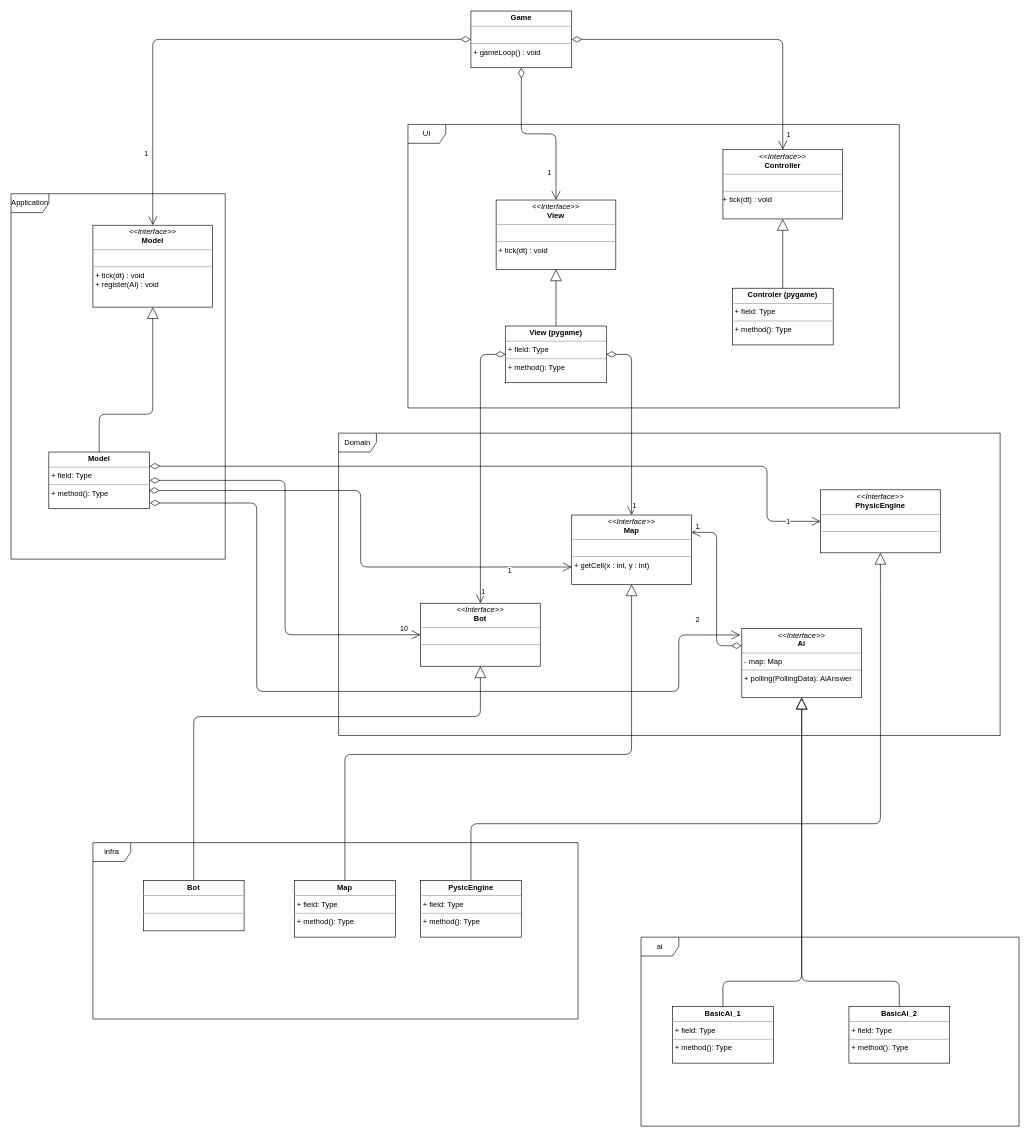
The draw.io diagram organiz/architecture/first_draft.drawio in chocorion/ia-capture-the-flag, before the edit. Source tidied: cells renumbered, new cells numbered last; positions are measured from the earlier drawing's top-left corner, leaving out a move shared by most shapes. Both pictures are drawn from the tidied source at 63%, with x=0, y=0 at pixel (11, 11).
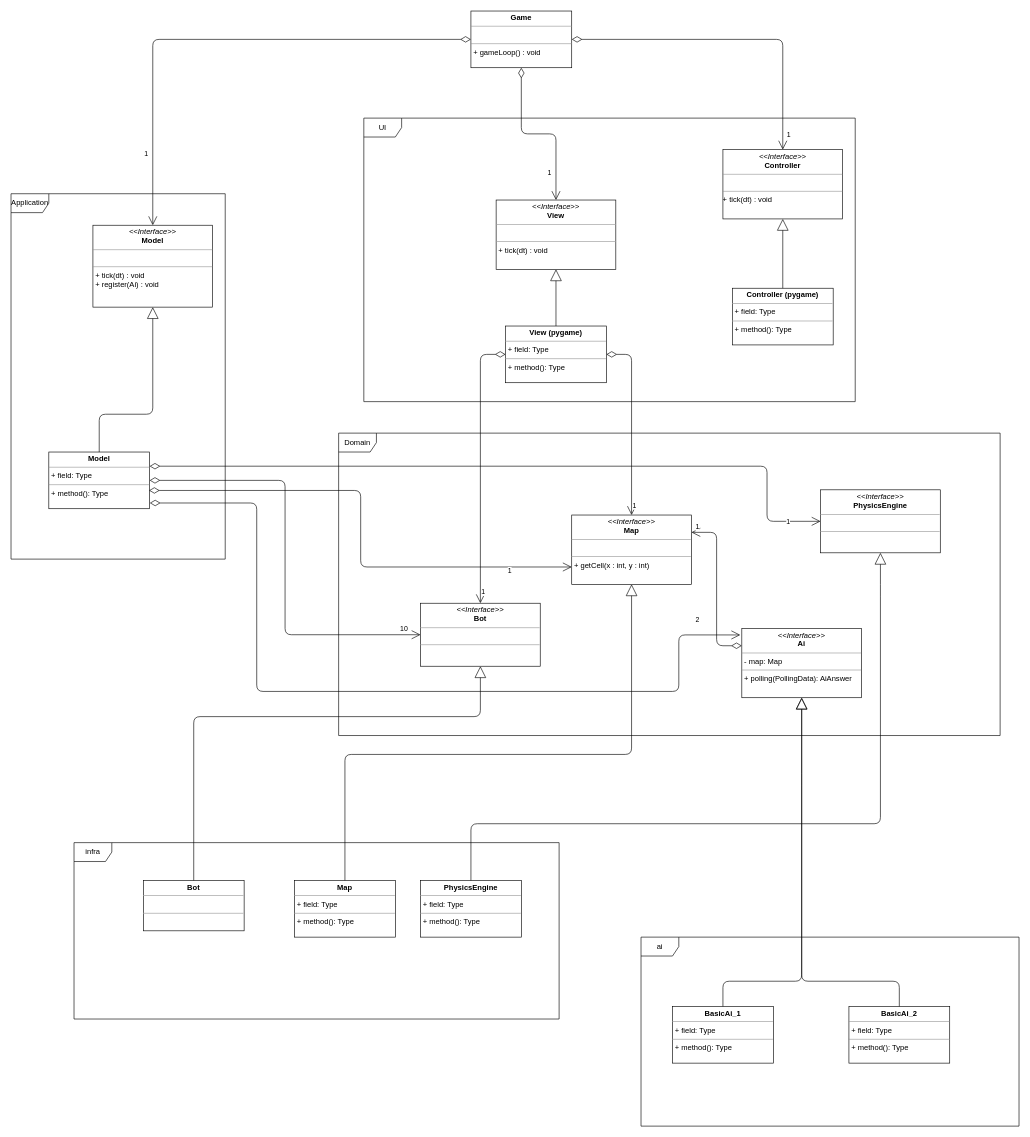
The same diagram, later.

The edit, as a diff of the source:
```diff
@@
-    <mxCell id="8" value="&lt;p style=&quot;margin: 0px ; margin-top: 4px ; text-align: center&quot;&gt;&lt;i&gt;&amp;lt;&amp;lt;Interface&amp;gt;&amp;gt;&lt;/i&gt;&lt;br&gt;&lt;b&gt;PhysicEngine&lt;/b&gt;&lt;/p&gt;&lt;hr size=&quot;1&quot;&gt;&lt;p style=&quot;margin: 0px ; margin-left: 4px&quot;&gt;&lt;br&gt;&lt;/p&gt;&lt;hr size=&quot;1&quot;&gt;&lt;p style=&quot;margin: 0px ; margin-left: 4px&quot;&gt;&lt;br&gt;&lt;/p&gt;" style="verticalAlign=top;align=left;overflow=fill;fontSize=12;fontFamily=Helvetica;html=1;" parent="1" vertex="1">
+    <mxCell id="8" value="&lt;p style=&quot;margin: 0px ; margin-top: 4px ; text-align: center&quot;&gt;&lt;i&gt;&amp;lt;&amp;lt;Interface&amp;gt;&amp;gt;&lt;/i&gt;&lt;br&gt;&lt;b&gt;PhysicsEngine&lt;/b&gt;&lt;/p&gt;&lt;hr size=&quot;1&quot;&gt;&lt;p style=&quot;margin: 0px ; margin-left: 4px&quot;&gt;&lt;br&gt;&lt;/p&gt;&lt;hr size=&quot;1&quot;&gt;&lt;p style=&quot;margin: 0px ; margin-left: 4px&quot;&gt;&lt;br&gt;&lt;/p&gt;" style="verticalAlign=top;align=left;overflow=fill;fontSize=12;fontFamily=Helvetica;html=1;" parent="1" vertex="1">
       <mxGeometry x="1285" y="760" width="190" height="100" as="geometry" />
     </mxCell>
@@
-    <mxCell id="15" value="&lt;p style=&quot;margin: 0px ; margin-top: 4px ; text-align: center&quot;&gt;&lt;b&gt;Controler (pygame)&lt;/b&gt;&lt;br&gt;&lt;/p&gt;&lt;hr size=&quot;1&quot;&gt;&lt;p style=&quot;margin: 0px ; margin-left: 4px&quot;&gt;+ field: Type&lt;/p&gt;&lt;hr size=&quot;1&quot;&gt;&lt;p style=&quot;margin: 0px ; margin-left: 4px&quot;&gt;+ method(): Type&lt;/p&gt;" style="verticalAlign=top;align=left;overflow=fill;fontSize=12;fontFamily=Helvetica;html=1;" parent="1" vertex="1">
+    <mxCell id="15" value="&lt;p style=&quot;margin: 0px ; margin-top: 4px ; text-align: center&quot;&gt;&lt;b&gt;Controller (pygame)&lt;/b&gt;&lt;br&gt;&lt;/p&gt;&lt;hr size=&quot;1&quot;&gt;&lt;p style=&quot;margin: 0px ; margin-left: 4px&quot;&gt;+ field: Type&lt;/p&gt;&lt;hr size=&quot;1&quot;&gt;&lt;p style=&quot;margin: 0px ; margin-left: 4px&quot;&gt;+ method(): Type&lt;/p&gt;" style="verticalAlign=top;align=left;overflow=fill;fontSize=12;fontFamily=Helvetica;html=1;" parent="1" vertex="1">
       <mxGeometry x="1145" y="440" width="160" height="90" as="geometry" />
     </mxCell>
@@
-    <mxCell id="20" value="&lt;p style=&quot;margin: 0px ; margin-top: 4px ; text-align: center&quot;&gt;&lt;b&gt;PysicEngine&lt;/b&gt;&lt;br&gt;&lt;/p&gt;&lt;hr size=&quot;1&quot;&gt;&lt;p style=&quot;margin: 0px ; margin-left: 4px&quot;&gt;+ field: Type&lt;/p&gt;&lt;hr size=&quot;1&quot;&gt;&lt;p style=&quot;margin: 0px ; margin-left: 4px&quot;&gt;+ method(): Type&lt;/p&gt;" style="verticalAlign=top;align=left;overflow=fill;fontSize=12;fontFamily=Helvetica;html=1;" parent="1" vertex="1">
+    <mxCell id="20" value="&lt;p style=&quot;margin: 0px ; margin-top: 4px ; text-align: center&quot;&gt;&lt;b&gt;PhysicsEngine&lt;/b&gt;&lt;br&gt;&lt;/p&gt;&lt;hr size=&quot;1&quot;&gt;&lt;p style=&quot;margin: 0px ; margin-left: 4px&quot;&gt;+ field: Type&lt;/p&gt;&lt;hr size=&quot;1&quot;&gt;&lt;p style=&quot;margin: 0px ; margin-left: 4px&quot;&gt;+ method(): Type&lt;/p&gt;" style="verticalAlign=top;align=left;overflow=fill;fontSize=12;fontFamily=Helvetica;html=1;" parent="1" vertex="1">
       <mxGeometry x="650" y="1380" width="160" height="90" as="geometry" />
     </mxCell>
@@
     <mxCell id="37" value="infra" style="shape=umlFrame;whiteSpace=wrap;html=1;" parent="1" vertex="1">
-      <mxGeometry x="130" y="1320" width="770" height="280" as="geometry" />
+      <mxGeometry x="100" y="1320" width="770" height="280" as="geometry" />
     </mxCell>
@@
     <mxCell id="40" value="UI" style="shape=umlFrame;whiteSpace=wrap;html=1;" parent="1" vertex="1">
-      <mxGeometry x="630" y="180" width="780" height="450" as="geometry" />
+      <mxGeometry x="560" y="170" width="780" height="450" as="geometry" />
     </mxCell>
```
